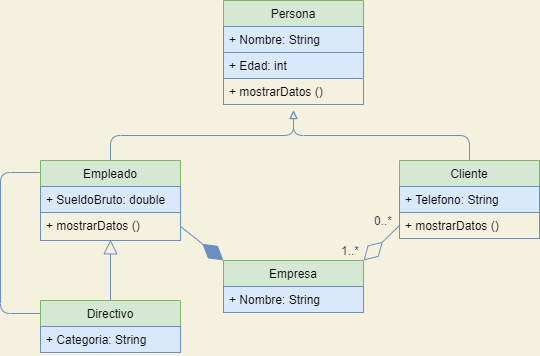
Earlier version of the draw.io export practicaExamen.png (CrisBlaMar/DiagramaUML). Source tidied: cells renumbered, new cells last; positions are measured from the earlier drawing's top-left corner, leaving out a move shared by most shapes.
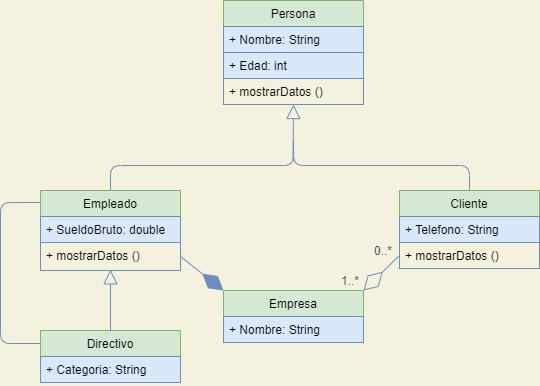
Later version of the same file.

Diff of the diagram source:
```diff
@@ -3,7 +3,7 @@
     <mxCell id="0" />
     <mxCell id="1" parent="0" />
     <mxCell id="2" value="Persona" style="swimlane;fontStyle=0;horizontal=1;startSize=26;fillColor=#d5e8d4;rounded=0;sketch=0;strokeColor=#82b366;" parent="1" vertex="1">
-      <mxGeometry x="223" width="140" height="104" as="geometry" />
+      <mxGeometry x="223" y="-30" width="140" height="104" as="geometry" />
     </mxCell>
     <mxCell id="3" value="+ Nombre: String" style="text;strokeColor=#6c8ebf;fillColor=#dae8fc;align=left;verticalAlign=top;spacingLeft=4;spacingRight=4;overflow=hidden;" parent="2" vertex="1">
       <mxGeometry y="26" width="140" height="26" as="geometry" />
@@ -14,7 +14,7 @@
     <mxCell id="5" value="+ mostrarDatos ()" style="text;strokeColor=#6c8ebf;align=left;verticalAlign=top;spacingLeft=4;spacingRight=4;overflow=hidden;" parent="2" vertex="1">
       <mxGeometry y="78" width="140" height="26" as="geometry" />
     </mxCell>
-    <mxCell id="6" style="edgeStyle=orthogonalEdgeStyle;curved=0;rounded=1;sketch=0;jettySize=auto;html=1;exitX=0.5;exitY=0;exitDx=0;exitDy=0;strokeColor=#6c8ebf;fillColor=#dae8fc;fontColor=#393C56;endArrow=block;endFill=0;" parent="1" edge="1" source="7">
+    <mxCell id="6" style="edgeStyle=orthogonalEdgeStyle;curved=0;rounded=1;sketch=0;jettySize=auto;html=1;exitX=0.5;exitY=0;exitDx=0;exitDy=0;strokeColor=#6c8ebf;fillColor=#dae8fc;fontColor=#393C56;endArrow=none;endFill=0;" parent="1" edge="1" source="7">
       <mxGeometry relative="1" as="geometry">
         <mxPoint x="293" y="110" as="targetPoint" />
       </mxGeometry>
@@ -28,7 +28,7 @@
     <mxCell id="9" value="+ mostrarDatos ()" style="text;strokeColor=#6c8ebf;align=left;verticalAlign=top;spacingLeft=4;spacingRight=4;overflow=hidden;points=[[0,0.5],[1,0.5]];portConstraint=eastwest;" parent="7" vertex="1">
       <mxGeometry y="52" width="140" height="26" as="geometry" />
     </mxCell>
-    <mxCell id="10" style="edgeStyle=orthogonalEdgeStyle;curved=0;rounded=1;sketch=0;jettySize=auto;html=1;exitX=0.5;exitY=0;exitDx=0;exitDy=0;fontColor=#393C56;endArrow=block;endFill=0;fillColor=#dae8fc;strokeColor=#6c8ebf;" parent="1" edge="1" source="11">
+    <mxCell id="10" style="edgeStyle=orthogonalEdgeStyle;curved=0;rounded=1;sketch=0;jettySize=auto;html=1;exitX=0.5;exitY=0;exitDx=0;exitDy=0;fontColor=#393C56;endArrow=none;endFill=0;fillColor=#dae8fc;strokeColor=#6c8ebf;" parent="1" edge="1" source="11">
       <mxGeometry relative="1" as="geometry">
         <mxPoint x="293" y="110" as="targetPoint" />
       </mxGeometry>
@@ -77,5 +77,10 @@
     <mxCell id="23" value="1..*" style="text;html=1;strokeColor=none;fillColor=none;align=center;verticalAlign=middle;whiteSpace=wrap;rounded=0;sketch=0;fontColor=#393C56;" parent="1" vertex="1">
       <mxGeometry x="330" y="240" width="40" height="20" as="geometry" />
     </mxCell>
+    <mxCell id="24" style="endArrow=block;endFill=0;endSize=12;html=1;strokeColor=#6c8ebf;fillColor=#dae8fc;fontColor=#393C56;exitX=0.5;exitY=0;exitDx=0;exitDy=0;entryX=0.5;entryY=1;entryDx=0;entryDy=0;" parent="1" edge="1" target="2">
+      <mxGeometry relative="1" as="geometry">
+        <mxPoint x="292.5" y="130.7" as="sourcePoint" />
+      </mxGeometry>
+    </mxCell>
   </root>
 </mxGraphModel>
```
